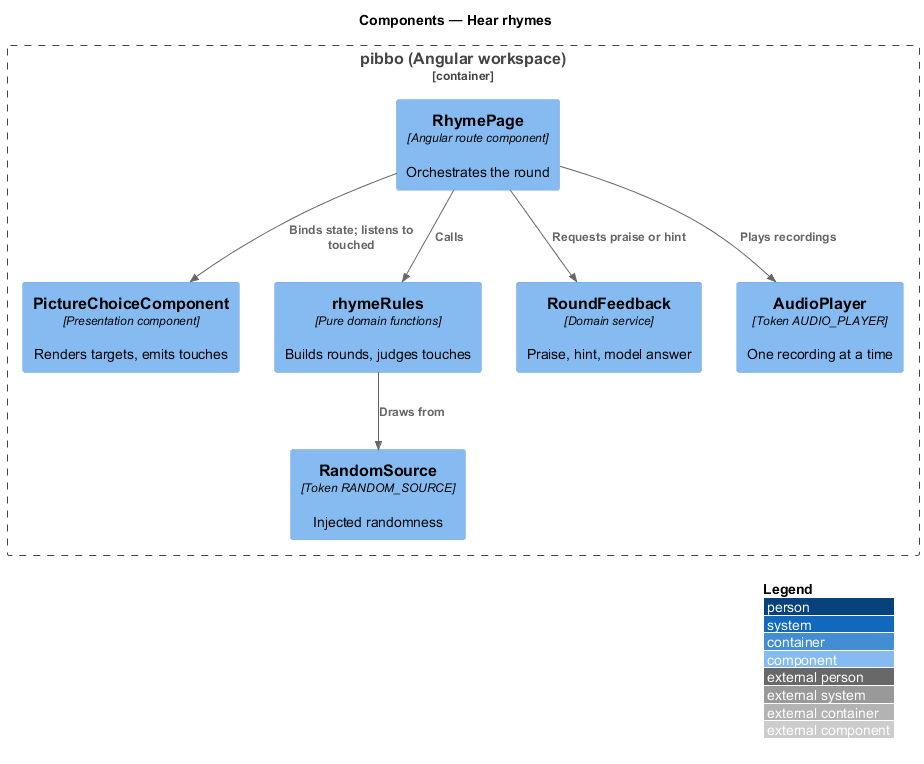
The PlantUML diagram docs/detailed-designs/sound-out/hear-rhymes/diagrams/c4-component.png in QuinntyneBrown/pibbo, before a commit.
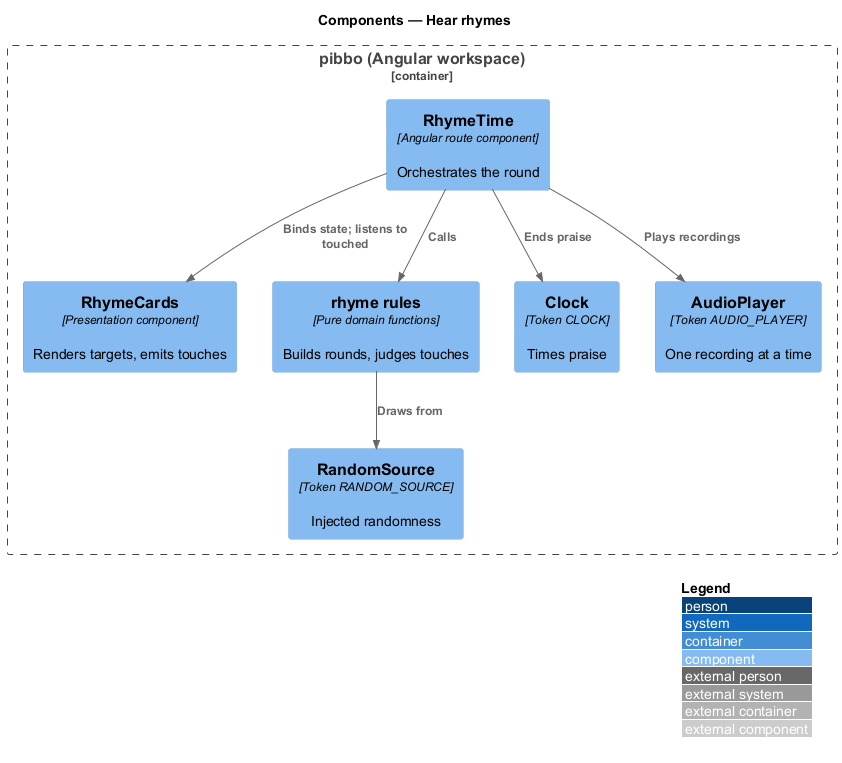
After the commit.

Change to the diagram source:
```diff
@@ -3,10 +3,10 @@
 LAYOUT_WITH_LEGEND()
 title Components — Hear rhymes
 Container_Boundary(b, "pibbo (Angular workspace)") {
-  Component(page, "RhymePage", "Angular route component", "Orchestrates the round")
-  Component(view, "PictureChoiceComponent", "Presentation component", "Renders targets, emits touches")
-  Component(rules, "rhymeRules", "Pure domain functions", "Builds rounds, judges touches")
-  Component(fb, "RoundFeedback", "Domain service", "Praise, hint, model answer")
+  Component(page, "RhymeTime", "Angular route component", "Orchestrates the round")
+  Component(view, "RhymeCards", "Presentation component", "Renders targets, emits touches")
+  Component(rules, "rhyme rules", "Pure domain functions", "Builds rounds, judges touches")
+  Component(clock, "Clock", "Token CLOCK", "Times praise")
   Component(audio, "AudioPlayer", "Token AUDIO_PLAYER", "One recording at a time")
   Component(rnd, "RandomSource", "Token RANDOM_SOURCE", "Injected randomness")
 }
@@ -14,5 +14,5 @@
 Rel(page, rules, "Calls")
 Rel(rules, rnd, "Draws from")
 Rel(page, audio, "Plays recordings")
-Rel(page, fb, "Requests praise or hint")
+Rel(page, clock, "Ends praise")
 @enduml
```
